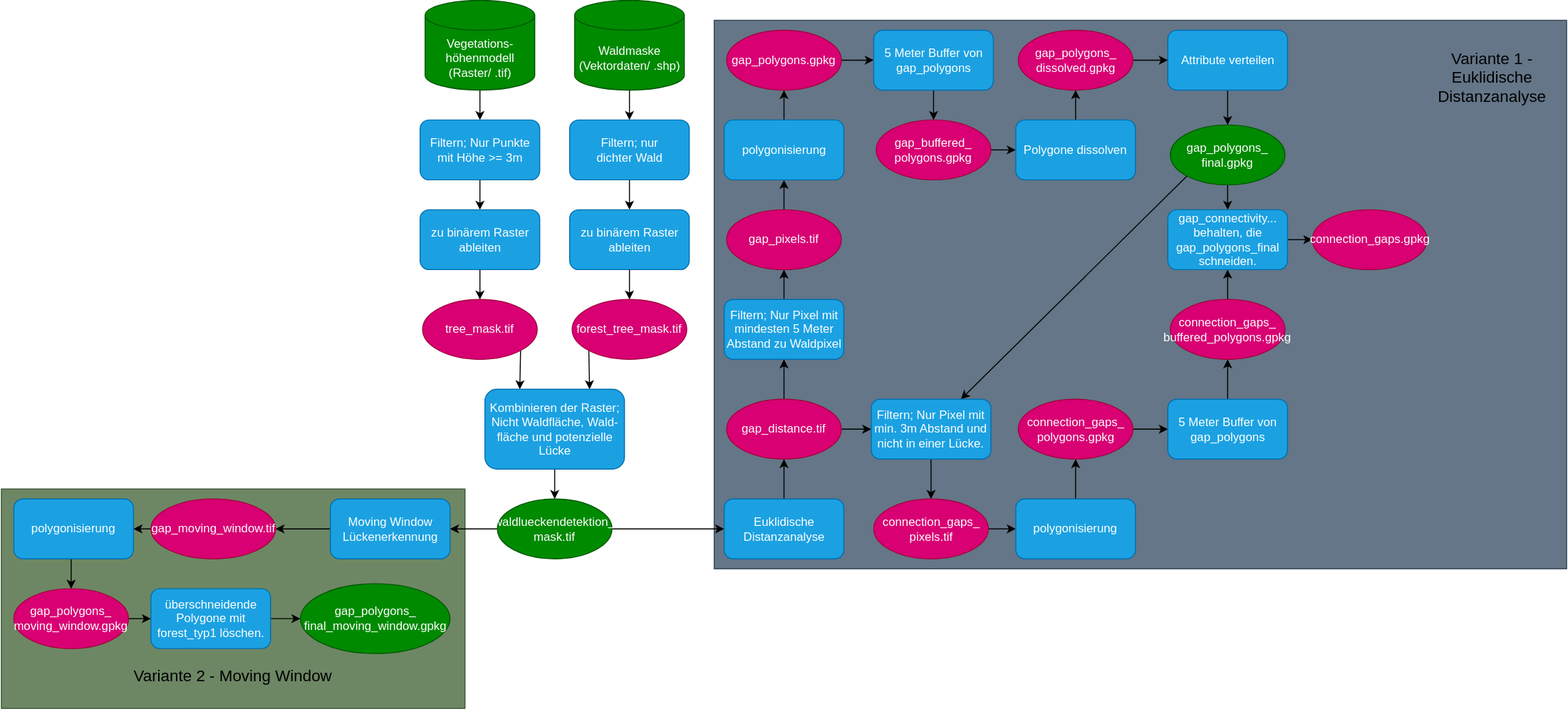
liobio72/Lueckendetektion keeps this draw.io diagram as Lueckendetektion.drawio.svg. Above is the earlier version. Source tidied: cells renumbered, new cells last; positions are measured from the earlier drawing's top-left corner, leaving out a move shared by most shapes.
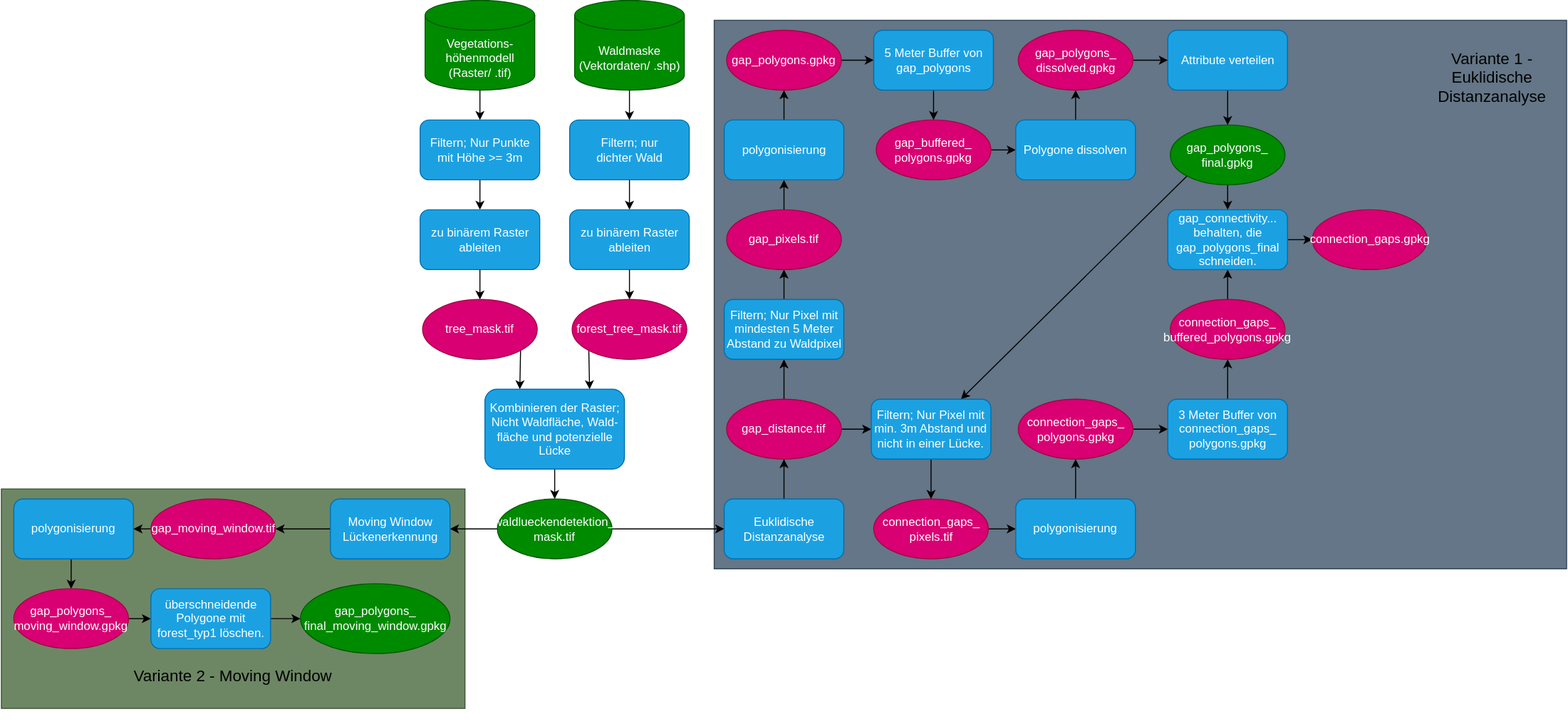
After the commit.

What changed in the source:
```diff
@@ -215,7 +215,7 @@
     <mxCell id="72" style="edgeStyle=orthogonalEdgeStyle;rounded=0;jettySize=auto;html=1;exitX=0.5;exitY=0;exitDx=0;exitDy=0;entryX=0.5;entryY=1;entryDx=0;entryDy=0;" parent="1" edge="1" source="73" target="75">
       <mxGeometry relative="1" as="geometry" />
     </mxCell>
-    <mxCell id="73" value="5 Meter Buffer von gap_polygons" style="rounded=1;whiteSpace=wrap;html=1;fillColor=#1ba1e2;fontColor=#ffffff;strokeColor=#006EAF;" parent="1" vertex="1">
+    <mxCell id="73" value="3 Meter Buffer von connection_gaps_&lt;div&gt;polygons.gpkg&lt;/div&gt;" style="rounded=1;whiteSpace=wrap;html=1;fillColor=#1ba1e2;fontColor=#ffffff;strokeColor=#006EAF;" parent="1" vertex="1">
       <mxGeometry x="1170" y="400" width="120" height="60" as="geometry" />
     </mxCell>
     <mxCell id="74" style="edgeStyle=orthogonalEdgeStyle;rounded=0;jettySize=auto;html=1;exitX=0.5;exitY=0;exitDx=0;exitDy=0;entryX=0.5;entryY=1;entryDx=0;entryDy=0;" parent="1" edge="1" source="75" target="77">
```
